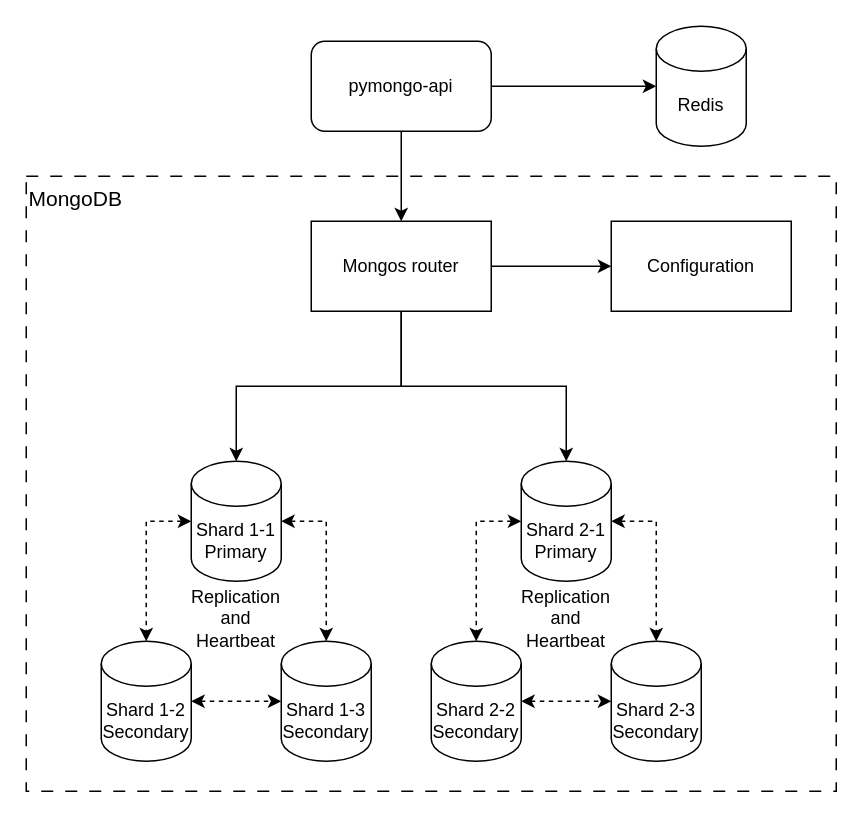
Before: diagrams/task1-sharding-repl-cache.drawio in knautilus/architecture-black_friday, a draw.io diagram. Source tidied: cells renumbered, new cells numbered last; positions are measured from the earlier drawing's top-left corner, leaving out a move shared by most shapes. Both pictures are drawn from the tidied source at 150%, with x=0, y=0 at pixel (26, 26).
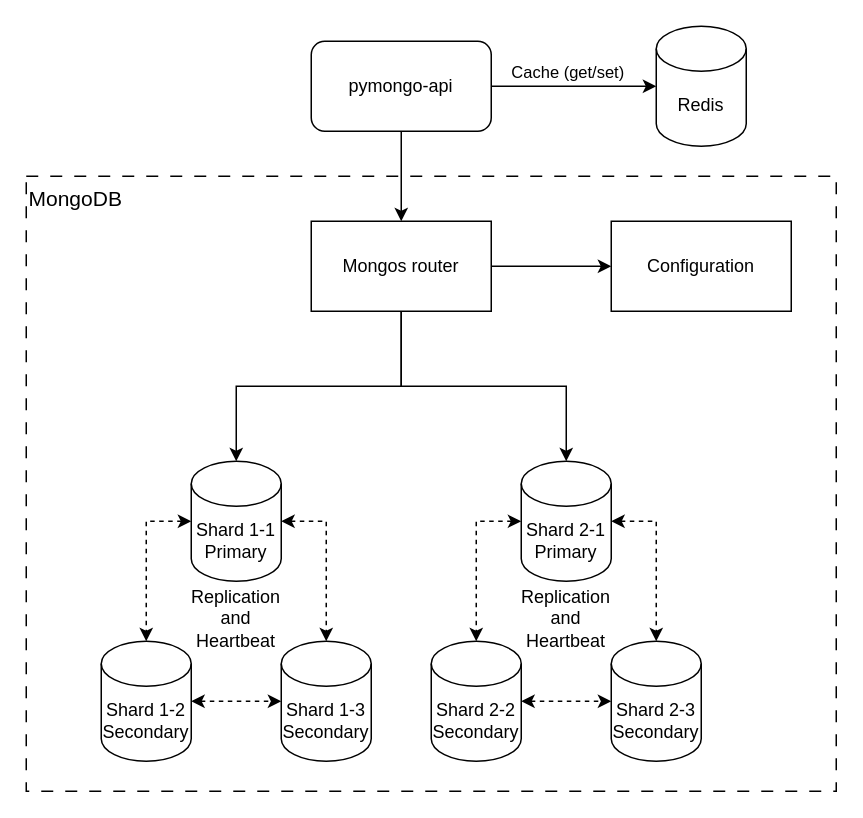
The same page after the edit.

The change refers to these unchanged cells:
```xml
<mxCell id="25" style="edgeStyle=orthogonalEdgeStyle;rounded=0;jettySize=auto;html=1;entryX=0;entryY=0.5;entryDx=0;entryDy=0;entryPerimeter=0;" parent="1" edge="1" source="4" target="24">
  <mxGeometry relative="1" as="geometry" />
</mxCell>
```

The edit, as a diff of the source:
```diff
@@
+    <mxCell id="26" value="Cache (get/set)" style="edgeLabel;html=1;align=center;verticalAlign=middle;" parent="25" vertex="1">
+      <mxGeometry x="-0.14" relative="1" as="geometry">
+        <mxPoint x="3" y="-10" as="offset" />
+      </mxGeometry>
+    </mxCell>
```
